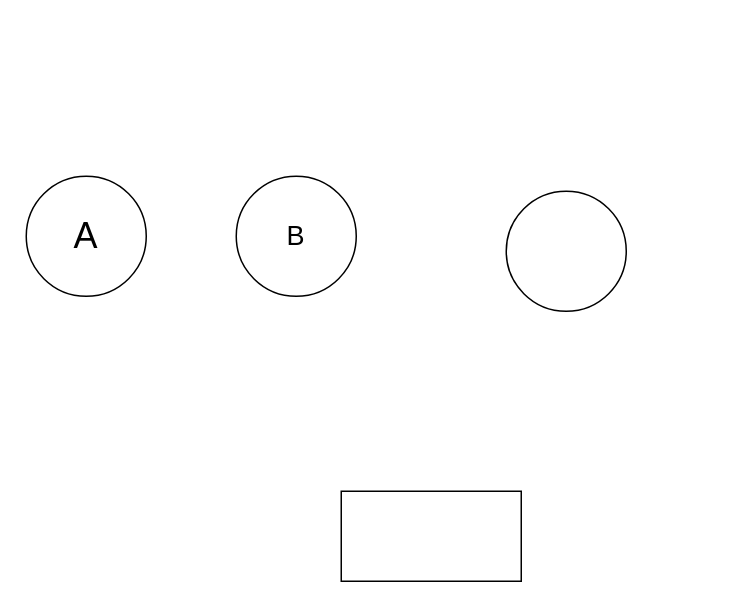
The draw.io diagram diagram/圆形.drawio in harmsworth/draw, before the edit. Source tidied: cells renumbered, new cells numbered last; positions are measured from the earlier drawing's top-left corner, leaving out a move shared by most shapes. Both pictures are drawn from the tidied source at 150%, with x=0, y=0 at pixel (26, 176).
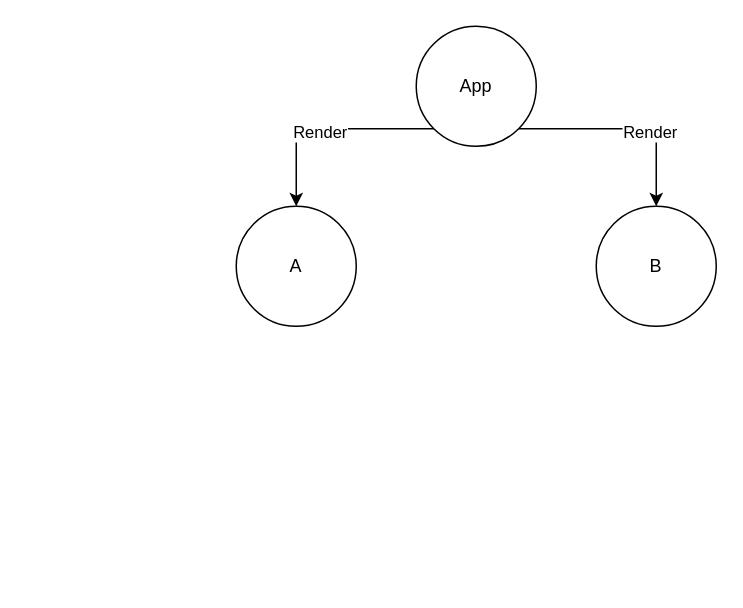
The same diagram, later.

What changed in the source:
```diff
@@
 <mxGraphModel>
   <root>
     <mxCell id="0" />
     <mxCell id="1" parent="0" />
+    <mxCell id="6" style="edgeStyle=orthogonalEdgeStyle;rounded=0;jettySize=auto;html=1;exitX=0;exitY=1;exitDx=0;exitDy=0;" parent="1" edge="1" source="10" target="3">
+      <mxGeometry relative="1" as="geometry" />
+    </mxCell>
+    <mxCell id="7" value="Render" style="edgeLabel;html=1;align=center;verticalAlign=middle;" parent="6" vertex="1">
+      <mxGeometry x="0.06" y="2" relative="1" as="geometry" />
+    </mxCell>
+    <mxCell id="8" style="edgeStyle=orthogonalEdgeStyle;rounded=0;jettySize=auto;html=1;exitX=1;exitY=1;exitDx=0;exitDy=0;entryX=0.5;entryY=0;entryDx=0;entryDy=0;" parent="1" edge="1" source="10" target="2">
+      <mxGeometry relative="1" as="geometry" />
+    </mxCell>
+    <mxCell id="9" value="Render" style="edgeLabel;html=1;align=center;verticalAlign=middle;" parent="8" vertex="1">
+      <mxGeometry x="0.22" y="-2" relative="1" as="geometry" />
+    </mxCell>
+    <mxCell id="10" value="App" style="ellipse;whiteSpace=wrap;html=1;" parent="1" vertex="1">
+      <mxGeometry x="260" y="-100" width="80" height="80" as="geometry" />
+    </mxCell>
+    <mxCell id="3" value="A" style="ellipse;whiteSpace=wrap;html=1;" parent="1" vertex="1">
+      <mxGeometry x="140" y="20" width="80" height="80" as="geometry" />
+    </mxCell>
-    <mxCell id="2" value="&lt;font style=&quot;font-size: 18px;&quot;&gt;B&lt;/font&gt;" style="ellipse;whiteSpace=wrap;html=1;" parent="1" vertex="1">
-      <mxGeometry x="140" width="80" height="80" as="geometry" />
+    <mxCell id="2" value="B" style="ellipse;whiteSpace=wrap;html=1;" parent="1" vertex="1">
+      <mxGeometry x="380" y="20" width="80" height="80" as="geometry" />
     </mxCell>
-    <mxCell id="3" value="&lt;font style=&quot;font-size: 24px;&quot;&gt;A&lt;/font&gt;" style="ellipse;whiteSpace=wrap;html=1;direction=west;" parent="1" vertex="1">
-      <mxGeometry width="80" height="80" as="geometry" />
-    </mxCell>
-    <mxCell id="4" style="whiteSpace=wrap;html=1;" parent="1" vertex="1">
-      <mxGeometry x="210" y="210" width="120" height="60" as="geometry" />
-    </mxCell>
-    <mxCell id="5" style="ellipse;whiteSpace=wrap;html=1;" parent="1" vertex="1">
-      <mxGeometry x="320" y="10" width="80" height="80" as="geometry" />
-    </mxCell>
   </root>
 </mxGraphModel>
```
